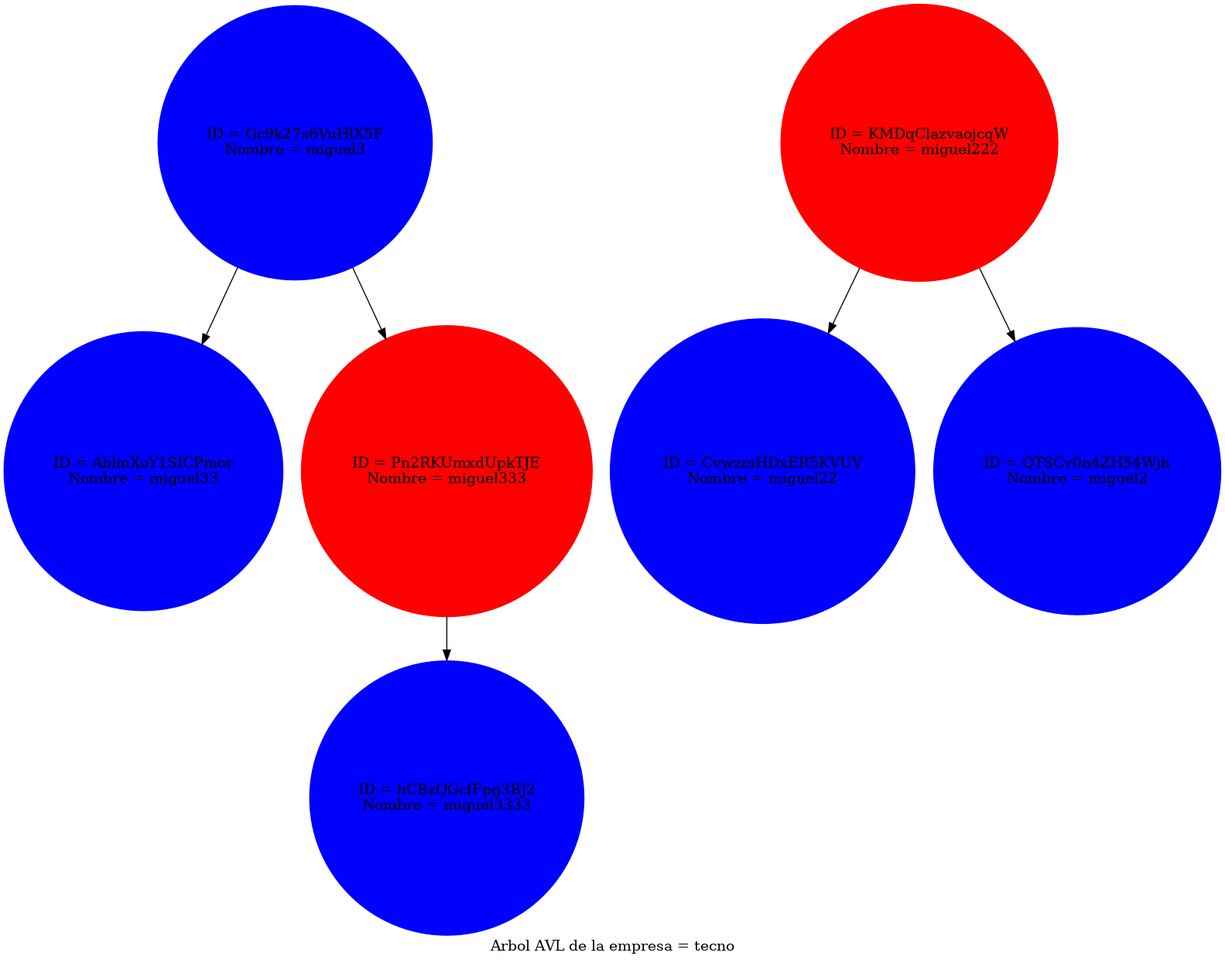
miguel-tubac/-EDD-Proyecto1_202101927 keeps this Graphviz diagram as src/Reportes/arbol_Emp.png. Above is the earlier version. Its source is kept beside it as src/Reportes/arbol_Emp.dot.
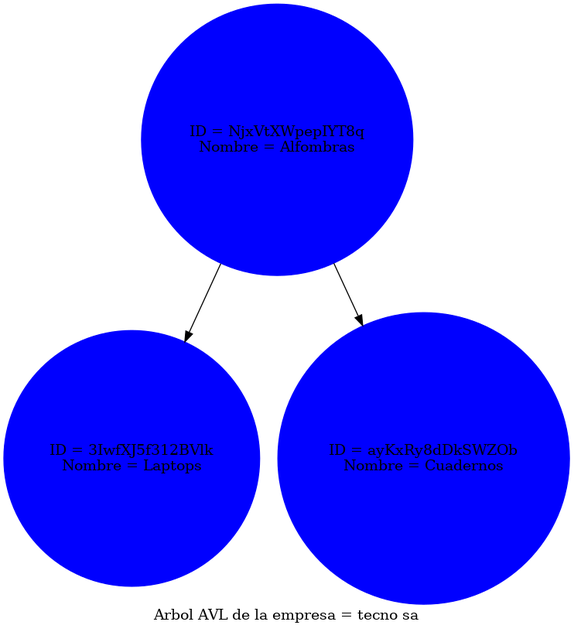
The same diagram one commit later.

What changed in the source:
```diff
@@ -1,16 +1,9 @@
 digraph AVLTree {
-	label="Arbol AVL de la empresa = tecno";
+	label="Arbol AVL de la empresa = tecno sa";
     node [shape=circle];
-    "Gc9k27s6VuHlX5F" [color= blue, style=filled label="ID = Gc9k27s6VuHlX5F\nNombre = miguel3"];
-    "Gc9k27s6VuHlX5F" -> "AblmXoY1SICPmor";
-    "AblmXoY1SICPmor" [color= blue, style=filled label="ID = AblmXoY1SICPmor\nNombre = miguel33"];
-    "Gc9k27s6VuHlX5F" -> "Pn2RKUmxdUpkTJE";
-    "Pn2RKUmxdUpkTJE" [color= red, style=filled label="ID = Pn2RKUmxdUpkTJE\nNombre = miguel333"];
-    "Pn2RKUmxdUpkTJE" -> "hCBzQGcfFpg3BJ2";
-    "hCBzQGcfFpg3BJ2" [color= blue, style=filled label="ID = hCBzQGcfFpg3BJ2\nNombre = miguel3333"];
-    "KMDqClazvaojcqW" [color= red, style=filled label="ID = KMDqClazvaojcqW\nNombre = miguel222"];
-    "KMDqClazvaojcqW" -> "CvwzmHDxER5KVUV";
-    "CvwzmHDxER5KVUV" [color= blue, style=filled label="ID = CvwzmHDxER5KVUV\nNombre = miguel22"];
-    "KMDqClazvaojcqW" -> "QTSCv0n4ZH54Wjh";
-    "QTSCv0n4ZH54Wjh" [color= blue, style=filled label="ID = QTSCv0n4ZH54Wjh\nNombre = miguel2"];
+    "NjxVtXWpepIYT8q" [color= blue, style=filled label="ID = NjxVtXWpepIYT8q\nNombre = Alfombras"];
+    "NjxVtXWpepIYT8q" -> "3IwfXJ5f312BVlk";
+    "3IwfXJ5f312BVlk" [color= blue, style=filled label="ID = 3IwfXJ5f312BVlk\nNombre = Laptops"];
+    "NjxVtXWpepIYT8q" -> "ayKxRy8dDkSWZOb";
+    "ayKxRy8dDkSWZOb" [color= blue, style=filled label="ID = ayKxRy8dDkSWZOb\nNombre = Cuadernos"];
 }
```
